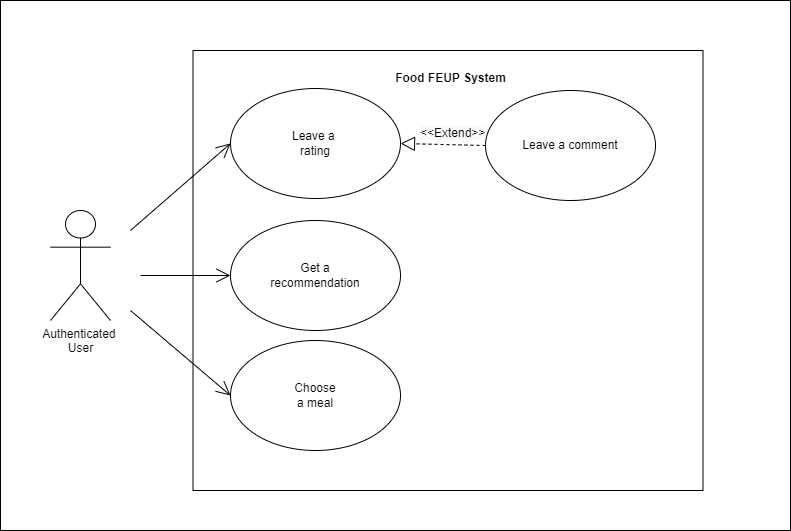
Before: images/UseCaseView.png, a diagram exported from draw.io (LEIC-ES-2021-22/2LEIC11T3). Source tidied: cells renumbered, new cells last; positions are measured from the earlier drawing's top-left corner, leaving out a move shared by most shapes.
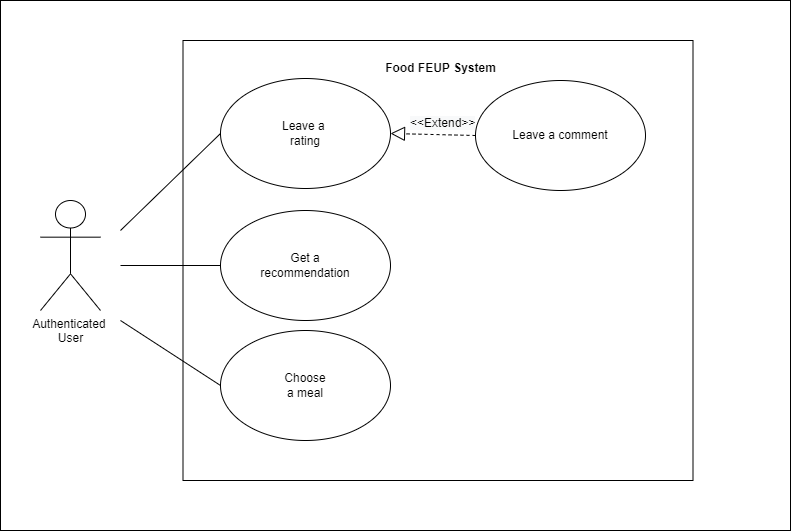
The same file after the commit.

Change to the diagram source:
```diff
@@ -3,7 +3,7 @@
     <mxCell id="0" />
     <mxCell id="1" parent="0" />
     <mxCell id="2" style="whiteSpace=wrap;html=1;imageHeight=20;" parent="1" vertex="1">
-      <mxGeometry width="790" height="530" as="geometry" />
+      <mxGeometry x="10" y="10" width="790" height="530" as="geometry" />
     </mxCell>
     <mxCell id="3" value="Authenticated&amp;nbsp;&lt;br&gt;User" style="shape=umlActor;verticalLabelPosition=bottom;verticalAlign=top;html=1;" parent="1" vertex="1">
       <mxGeometry x="50" y="210" width="60" height="110" as="geometry" />
@@ -46,20 +46,20 @@
         <mxPoint x="400" y="143" as="targetPoint" />
       </mxGeometry>
     </mxCell>
-    <mxCell id="16" style="endArrow=open;endFill=1;endSize=12;html=1;rounded=0;entryX=0;entryY=0.5;entryDx=0;entryDy=0;" parent="1" edge="1" target="12">
-      <mxGeometry relative="1" as="geometry">
-        <mxPoint x="130" y="230" as="sourcePoint" />
-      </mxGeometry>
-    </mxCell>
-    <mxCell id="17" style="endArrow=open;endFill=1;endSize=12;html=1;rounded=0;entryX=0;entryY=0.5;entryDx=0;entryDy=0;" parent="1" edge="1" target="6">
-      <mxGeometry relative="1" as="geometry">
-        <mxPoint x="140" y="275" as="sourcePoint" />
-      </mxGeometry>
-    </mxCell>
-    <mxCell id="18" style="endArrow=open;endFill=1;endSize=12;html=1;rounded=0;entryX=0;entryY=0.5;entryDx=0;entryDy=0;" parent="1" edge="1" target="8">
-      <mxGeometry relative="1" as="geometry">
-        <mxPoint x="130" y="310" as="sourcePoint" />
-      </mxGeometry>
-    </mxCell>
+    <mxCell id="19" style="endArrow=none;html=1;rounded=0;entryX=0;entryY=0.5;entryDx=0;entryDy=0;" parent="1" edge="1" target="6">
+      <mxGeometry relative="1" as="geometry">
+        <mxPoint x="130" y="275" as="sourcePoint" />
+      </mxGeometry>
+    </mxCell>
+    <mxCell id="20" style="endArrow=none;html=1;rounded=0;entryX=0;entryY=0.5;entryDx=0;entryDy=0;" parent="1" edge="1" target="12">
+      <mxGeometry relative="1" as="geometry">
+        <mxPoint x="130" y="240" as="sourcePoint" />
+      </mxGeometry>
+    </mxCell>
+    <mxCell id="21" style="endArrow=none;html=1;rounded=0;entryX=0;entryY=0.5;entryDx=0;entryDy=0;" parent="1" edge="1" target="8">
+      <mxGeometry relative="1" as="geometry">
+        <mxPoint x="130" y="330" as="sourcePoint" />
+      </mxGeometry>
+    </mxCell>
   </root>
 </mxGraphModel>
```
